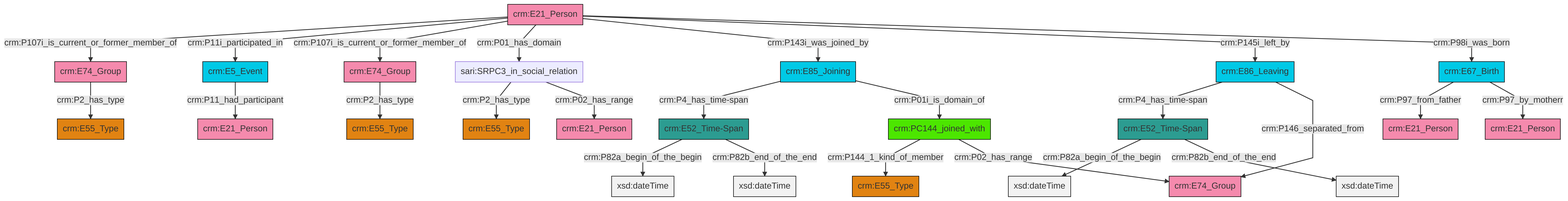
Before: et/personCSV/ttl/mmd/png/Person_Actor_Relations.png, a diagram exported from Mermaid (swiss-art-research-net/docs.swissartresearch). Its source is kept beside it as et/personCSV/ttl/mmd/Person_Actor_Relations.ttl.mmd.
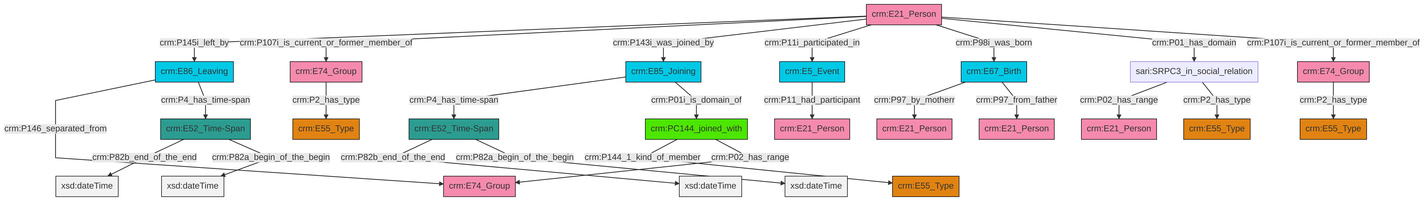
After the change.

What changed in the source:
```diff
@@ -13,27 +13,27 @@
 classDef PC_Classes fill:#4ce600, stroke:#000000;
 classDef Multi fill:#cccccc,stroke:#000000;
 
-0["crm:E52_Time-Span"]:::Time-Span -->|crm:P82a_begin_of_the_begin| 1[xsd:dateTime]:::Literal
-2["crm:E5_Event"]:::Temporal_Entity -->|crm:P11_had_participant| 3["crm:E21_Person"]:::Actor
-6["crm:E21_Person"]:::Actor -->|crm:P107i_is_current_or_former_member_of| 7["crm:E74_Group"]:::Actor
-6["crm:E21_Person"]:::Actor -->|crm:P11i_participated_in| 2["crm:E5_Event"]:::Temporal_Entity
-10["sari:SRPC3_in_social_relation"]:::Default -->|crm:P2_has_type| 4["crm:E55_Type"]:::Type
-7["crm:E74_Group"]:::Actor -->|crm:P2_has_type| 13["crm:E55_Type"]:::Type
-15["crm:E85_Joining"]:::Temporal_Entity -->|crm:P4_has_time-span| 17["crm:E52_Time-Span"]:::Time-Span
-18["crm:PC144_joined_with"]:::PC_Classes -->|crm:P144_1_kind_of_member| 11["crm:E55_Type"]:::Type
-17["crm:E52_Time-Span"]:::Time-Span -->|crm:P82a_begin_of_the_begin| 23[xsd:dateTime]:::Literal
-26["crm:E74_Group"]:::Actor -->|crm:P2_has_type| 27["crm:E55_Type"]:::Type
-6["crm:E21_Person"]:::Actor -->|crm:P107i_is_current_or_former_member_of| 26["crm:E74_Group"]:::Actor
-6["crm:E21_Person"]:::Actor -->|crm:P01_has_domain| 10["sari:SRPC3_in_social_relation"]:::Default
-31["crm:E67_Birth"]:::Temporal_Entity -->|crm:P97_from_father| 24["crm:E21_Person"]:::Actor
-15["crm:E85_Joining"]:::Temporal_Entity -->|crm:P01i_is_domain_of| 18["crm:PC144_joined_with"]:::PC_Classes
-8["crm:E86_Leaving"]:::Temporal_Entity -->|crm:P4_has_time-span| 0["crm:E52_Time-Span"]:::Time-Span
-6["crm:E21_Person"]:::Actor -->|crm:P143i_was_joined_by| 15["crm:E85_Joining"]:::Temporal_Entity
-17["crm:E52_Time-Span"]:::Time-Span -->|crm:P82b_end_of_the_end| 33[xsd:dateTime]:::Literal
-6["crm:E21_Person"]:::Actor -->|crm:P145i_left_by| 8["crm:E86_Leaving"]:::Temporal_Entity
-31["crm:E67_Birth"]:::Temporal_Entity -->|crm:P97_by_motherr| 21["crm:E21_Person"]:::Actor
-0["crm:E52_Time-Span"]:::Time-Span -->|crm:P82b_end_of_the_end| 34[xsd:dateTime]:::Literal
-6["crm:E21_Person"]:::Actor -->|crm:P98i_was_born| 31["crm:E67_Birth"]:::Temporal_Entity
-10["sari:SRPC3_in_social_relation"]:::Default -->|crm:P02_has_range| 38["crm:E21_Person"]:::Actor
-18["crm:PC144_joined_with"]:::PC_Classes -->|crm:P02_has_range| 41["crm:E74_Group"]:::Actor
-8["crm:E86_Leaving"]:::Temporal_Entity -->|crm:P146_separated_from| 41["crm:E74_Group"]:::Actor
+0["crm:E52_Time-Span"]:::Time-Span -->|crm:P82b_end_of_the_end| 1[xsd:dateTime]:::Literal
+4["crm:E86_Leaving"]:::Temporal_Entity -->|crm:P146_separated_from| 5["crm:E74_Group"]:::Actor
+8["sari:SRPC3_in_social_relation"]:::Default -->|crm:P02_has_range| 6["crm:E21_Person"]:::Actor
+2["crm:E74_Group"]:::Actor -->|crm:P2_has_type| 14["crm:E55_Type"]:::Type
+20["crm:E21_Person"]:::Actor -->|crm:P145i_left_by| 4["crm:E86_Leaving"]:::Temporal_Entity
+21["crm:E74_Group"]:::Actor -->|crm:P2_has_type| 17["crm:E55_Type"]:::Type
+0["crm:E52_Time-Span"]:::Time-Span -->|crm:P82a_begin_of_the_begin| 22[xsd:dateTime]:::Literal
+20["crm:E21_Person"]:::Actor -->|crm:P107i_is_current_or_former_member_of| 2["crm:E74_Group"]:::Actor
+23["crm:PC144_joined_with"]:::PC_Classes -->|crm:P144_1_kind_of_member| 9["crm:E55_Type"]:::Type
+25["crm:E52_Time-Span"]:::Time-Span -->|crm:P82b_end_of_the_end| 27[xsd:dateTime]:::Literal
+28["crm:E85_Joining"]:::Temporal_Entity -->|crm:P4_has_time-span| 25["crm:E52_Time-Span"]:::Time-Span
+29["crm:E67_Birth"]:::Temporal_Entity -->|crm:P97_by_motherr| 30["crm:E21_Person"]:::Actor
+20["crm:E21_Person"]:::Actor -->|crm:P143i_was_joined_by| 28["crm:E85_Joining"]:::Temporal_Entity
+8["sari:SRPC3_in_social_relation"]:::Default -->|crm:P2_has_type| 37["crm:E55_Type"]:::Type
+25["crm:E52_Time-Span"]:::Time-Span -->|crm:P82a_begin_of_the_begin| 40[xsd:dateTime]:::Literal
+20["crm:E21_Person"]:::Actor -->|crm:P11i_participated_in| 15["crm:E5_Event"]:::Temporal_Entity
+4["crm:E86_Leaving"]:::Temporal_Entity -->|crm:P4_has_time-span| 0["crm:E52_Time-Span"]:::Time-Span
+20["crm:E21_Person"]:::Actor -->|crm:P98i_was_born| 29["crm:E67_Birth"]:::Temporal_Entity
+28["crm:E85_Joining"]:::Temporal_Entity -->|crm:P01i_is_domain_of| 23["crm:PC144_joined_with"]:::PC_Classes
+15["crm:E5_Event"]:::Temporal_Entity -->|crm:P11_had_participant| 43["crm:E21_Person"]:::Actor
+20["crm:E21_Person"]:::Actor -->|crm:P01_has_domain| 8["sari:SRPC3_in_social_relation"]:::Default
+20["crm:E21_Person"]:::Actor -->|crm:P107i_is_current_or_former_member_of| 21["crm:E74_Group"]:::Actor
+23["crm:PC144_joined_with"]:::PC_Classes -->|crm:P02_has_range| 5["crm:E74_Group"]:::Actor
+29["crm:E67_Birth"]:::Temporal_Entity -->|crm:P97_from_father| 38["crm:E21_Person"]:::Actor
```
